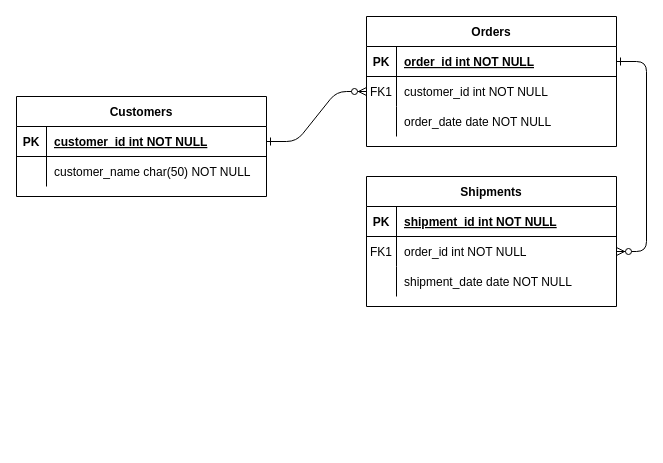
This is Untitled Diagram.drawio from habahmad/Databases-and-WS-Habiba-Beatriz, a draw.io file, before an edit. Source tidied: cells renumbered, new cells numbered last; positions are measured from the earlier drawing's top-left corner, leaving out a move shared by most shapes. Both pictures are drawn from the tidied source at 100%, with x=0, y=0 at pixel (16, 16).
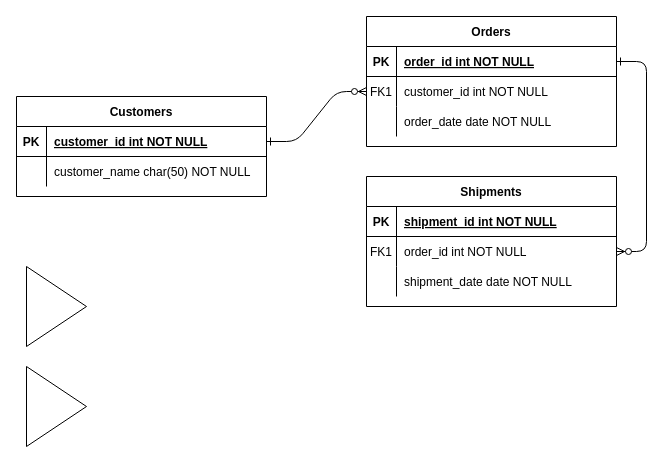
Above is the later version.

Diff of the diagram source:
```diff
@@
+    <mxCell id="31" style="triangle;whiteSpace=wrap;html=1;" parent="1" vertex="1">
+      <mxGeometry x="10" y="250" width="60" height="80" as="geometry" />
+    </mxCell>
+    <mxCell id="32" style="triangle;whiteSpace=wrap;html=1;" parent="1" vertex="1">
+      <mxGeometry x="10" y="350" width="60" height="80" as="geometry" />
+    </mxCell>
```
